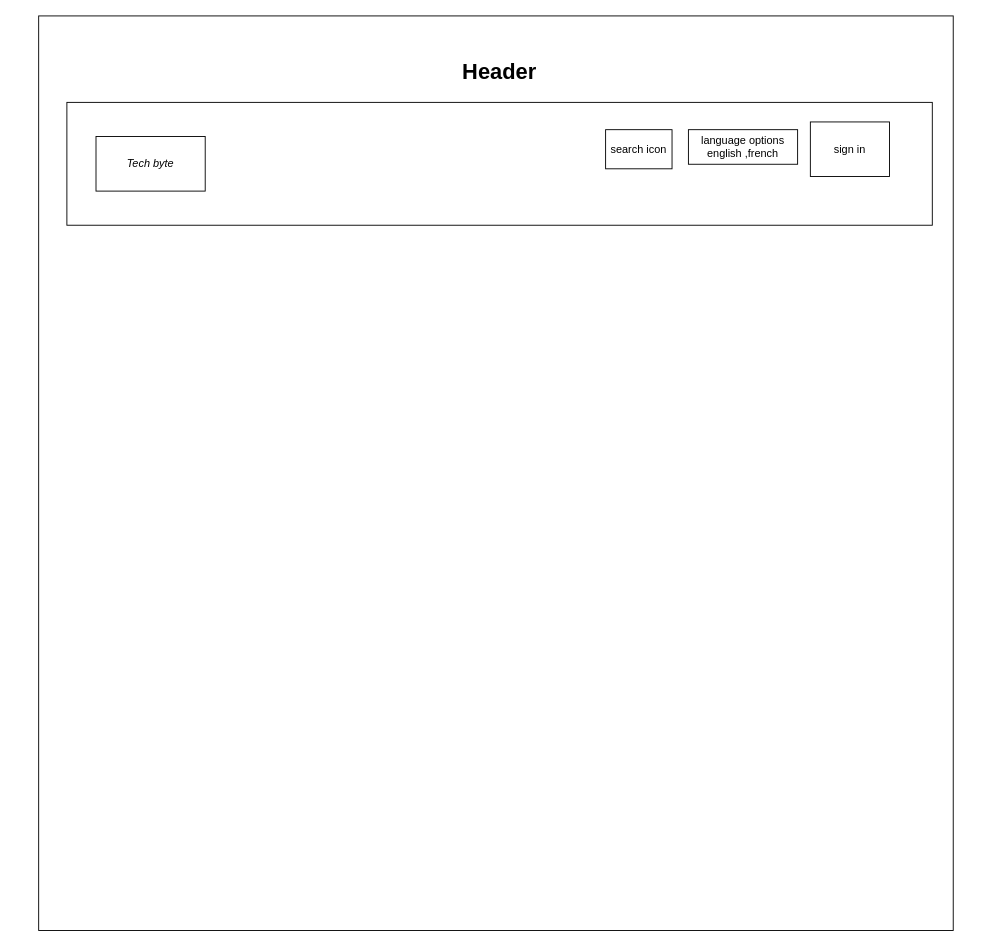
Before: portfolio.drawio in faheemahakkim/portfolio, a draw.io diagram. Source tidied: cells renumbered, new cells numbered last; positions are measured from the earlier drawing's top-left corner, leaving out a move shared by most shapes. Both pictures are drawn from the tidied source at 91%, with x=0, y=0 at pixel (38, 15).
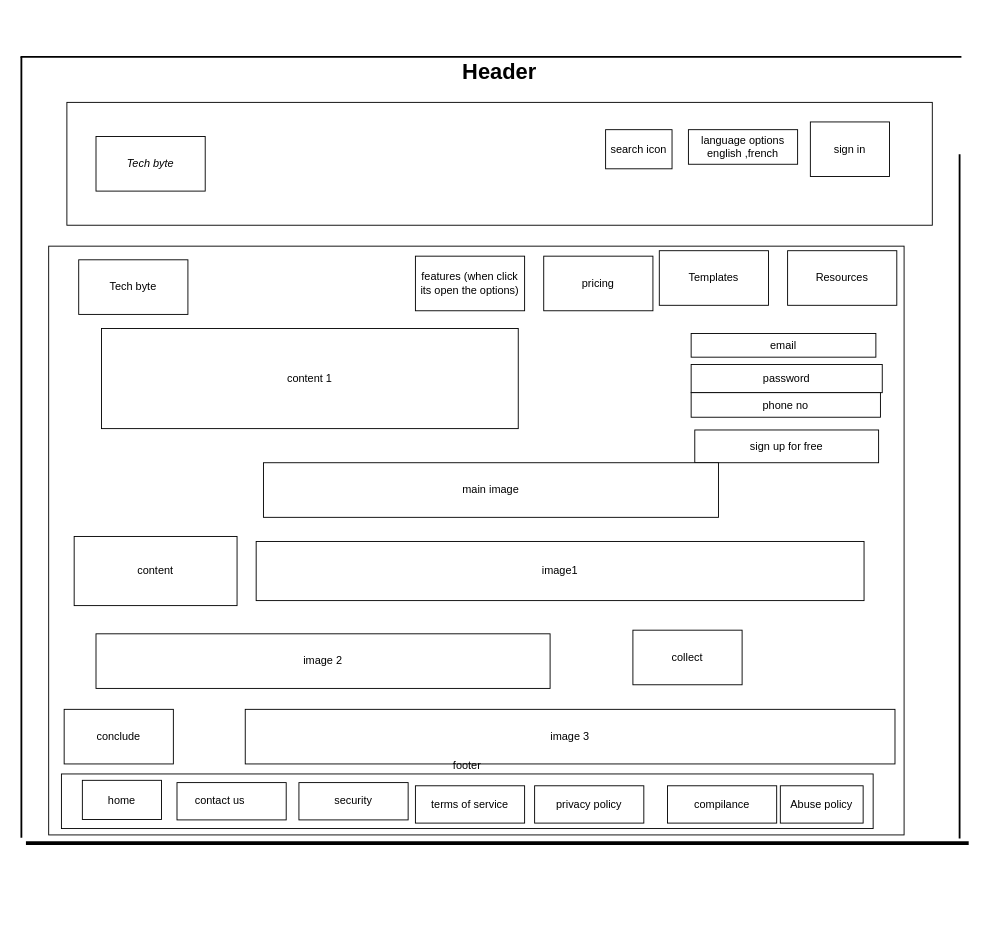
After the change.

What changed in the source:
```diff
@@
-    <mxCell id="2" style="whiteSpace=wrap;html=1;" parent="1" vertex="1">
-      <mxGeometry width="1005" height="1005" as="geometry" />
-    </mxCell>
@@
+    <mxCell id="8" style="rounded=0;whiteSpace=wrap;html=1;" parent="1" vertex="1">
+      <mxGeometry x="11" y="253" width="940" height="647" as="geometry" />
+    </mxCell>
+    <mxCell id="9" style="edgeStyle=orthogonalEdgeStyle;rounded=0;orthogonalLoop=1;jettySize=auto;html=1;exitX=0.5;exitY=1;exitDx=0;exitDy=0;" parent="1" edge="1">
+      <mxGeometry relative="1" as="geometry">
+        <mxPoint x="353.5" y="823" as="sourcePoint" />
+        <mxPoint x="353.5" y="823" as="targetPoint" />
+      </mxGeometry>
+    </mxCell>
+    <mxCell id="10" value="Tech byte" style="rounded=0;whiteSpace=wrap;html=1;" parent="1" vertex="1">
+      <mxGeometry x="44" y="268" width="120" height="60" as="geometry" />
+    </mxCell>
+    <mxCell id="11" value="features (when click its open the options)" style="rounded=0;whiteSpace=wrap;html=1;" parent="1" vertex="1">
+      <mxGeometry x="414" y="264" width="120" height="60" as="geometry" />
+    </mxCell>
+    <mxCell id="12" value="pricing" style="rounded=0;whiteSpace=wrap;html=1;" parent="1" vertex="1">
+      <mxGeometry x="555" y="264" width="120" height="60" as="geometry" />
+    </mxCell>
+    <mxCell id="13" value="Resources" style="rounded=0;whiteSpace=wrap;html=1;" parent="1" vertex="1">
+      <mxGeometry x="823" y="258" width="120" height="60" as="geometry" />
+    </mxCell>
+    <mxCell id="14" value="Templates" style="rounded=0;whiteSpace=wrap;html=1;" parent="1" vertex="1">
+      <mxGeometry x="682" y="258" width="120" height="60" as="geometry" />
+    </mxCell>
+    <mxCell id="15" style="line;strokeWidth=2;direction=south;html=1;" parent="1" vertex="1">
+      <mxGeometry x="-24" y="45" width="10" height="858" as="geometry" />
+    </mxCell>
+    <mxCell id="16" style="line;strokeWidth=2;direction=south;html=1;" parent="1" vertex="1">
+      <mxGeometry x="1007" y="152" width="10" height="752" as="geometry" />
+    </mxCell>
+    <mxCell id="17" style="line;strokeWidth=4;html=1;perimeter=backbonePerimeter;" parent="1" vertex="1">
+      <mxGeometry x="-14" y="904" width="1036" height="10" as="geometry" />
+    </mxCell>
+    <mxCell id="18" style="line;strokeWidth=2;html=1;" parent="1" vertex="1">
+      <mxGeometry x="-20" y="40" width="1034" height="10" as="geometry" />
+    </mxCell>
+    <mxCell id="19" value="email" style="rounded=0;whiteSpace=wrap;html=1;" parent="1" vertex="1">
+      <mxGeometry x="717" y="349" width="203" height="26" as="geometry" />
+    </mxCell>
+    <mxCell id="20" value="password" style="rounded=0;whiteSpace=wrap;html=1;" parent="1" vertex="1">
+      <mxGeometry x="717" y="383" width="210" height="31" as="geometry" />
+    </mxCell>
+    <mxCell id="21" value="phone no" style="rounded=0;whiteSpace=wrap;html=1;" parent="1" vertex="1">
+      <mxGeometry x="717" y="414" width="208" height="27" as="geometry" />
+    </mxCell>
+    <mxCell id="22" value="sign up for free" style="rounded=0;whiteSpace=wrap;html=1;" parent="1" vertex="1">
+      <mxGeometry x="721" y="455" width="202" height="36" as="geometry" />
+    </mxCell>
+    <mxCell id="23" style="edgeStyle=orthogonalEdgeStyle;rounded=0;orthogonalLoop=1;jettySize=auto;html=1;exitX=0.5;exitY=1;exitDx=0;exitDy=0;" parent="1" edge="1" source="20" target="20">
+      <mxGeometry relative="1" as="geometry" />
+    </mxCell>
+    <mxCell id="24" value="content 1" style="rounded=0;whiteSpace=wrap;html=1;" parent="1" vertex="1">
+      <mxGeometry x="69" y="343.5" width="458" height="110" as="geometry" />
+    </mxCell>
+    <mxCell id="25" value="main image" style="rounded=0;whiteSpace=wrap;html=1;" parent="1" vertex="1">
+      <mxGeometry x="247" y="491" width="500" height="60" as="geometry" />
+    </mxCell>
+    <mxCell id="26" value="content" style="rounded=0;whiteSpace=wrap;html=1;" parent="1" vertex="1">
+      <mxGeometry x="39" y="572" width="179" height="76" as="geometry" />
+    </mxCell>
+    <mxCell id="27" value="image1" style="rounded=0;whiteSpace=wrap;html=1;" parent="1" vertex="1">
+      <mxGeometry x="239" y="577.5" width="668" height="65" as="geometry" />
+    </mxCell>
+    <mxCell id="28" value="image 2" style="rounded=0;whiteSpace=wrap;html=1;" parent="1" vertex="1">
+      <mxGeometry x="63" y="679" width="499" height="60" as="geometry" />
+    </mxCell>
+    <mxCell id="29" value="collect" style="rounded=0;whiteSpace=wrap;html=1;" parent="1" vertex="1">
+      <mxGeometry x="653" y="675" width="120" height="60" as="geometry" />
+    </mxCell>
+    <mxCell id="30" value="conclude" style="rounded=0;whiteSpace=wrap;html=1;" parent="1" vertex="1">
+      <mxGeometry x="28" y="762" width="120" height="60" as="geometry" />
+    </mxCell>
+    <mxCell id="31" value="image 3" style="rounded=0;whiteSpace=wrap;html=1;" parent="1" vertex="1">
+      <mxGeometry x="227" y="762" width="714" height="60" as="geometry" />
+    </mxCell>
+    <mxCell id="32" value="footer" style="rounded=0;whiteSpace=wrap;html=1;verticalAlign=bottom;labelPosition=center;verticalLabelPosition=top;align=center;" parent="1" vertex="1">
+      <mxGeometry x="25" y="833" width="892" height="60" as="geometry" />
+    </mxCell>
+    <mxCell id="33" value="home" style="rounded=0;whiteSpace=wrap;html=1;" parent="1" vertex="1">
+      <mxGeometry x="48" y="840" width="87" height="43" as="geometry" />
+    </mxCell>
+    <mxCell id="34" value="contact us&lt;span style=&quot;white-space: pre;&quot;&gt;&#9;&lt;/span&gt;" style="rounded=0;whiteSpace=wrap;html=1;" parent="1" vertex="1">
+      <mxGeometry x="152" y="842.5" width="120" height="41" as="geometry" />
+    </mxCell>
+    <mxCell id="35" value="security" style="rounded=0;whiteSpace=wrap;html=1;" parent="1" vertex="1">
+      <mxGeometry x="286" y="842.5" width="120" height="41" as="geometry" />
+    </mxCell>
+    <mxCell id="36" value="terms of service" style="rounded=0;whiteSpace=wrap;html=1;" parent="1" vertex="1">
+      <mxGeometry x="414" y="846" width="120" height="41" as="geometry" />
+    </mxCell>
+    <mxCell id="37" value="privacy policy" style="rounded=0;whiteSpace=wrap;html=1;" parent="1" vertex="1">
+      <mxGeometry x="545" y="846" width="120" height="41" as="geometry" />
+    </mxCell>
+    <mxCell id="38" value="compilance" style="rounded=0;whiteSpace=wrap;html=1;" parent="1" vertex="1">
+      <mxGeometry x="691" y="846" width="120" height="41" as="geometry" />
+    </mxCell>
+    <mxCell id="39" value="Abuse policy" style="rounded=0;whiteSpace=wrap;html=1;" parent="1" vertex="1">
+      <mxGeometry x="815" y="846" width="91" height="41" as="geometry" />
+    </mxCell>
```
